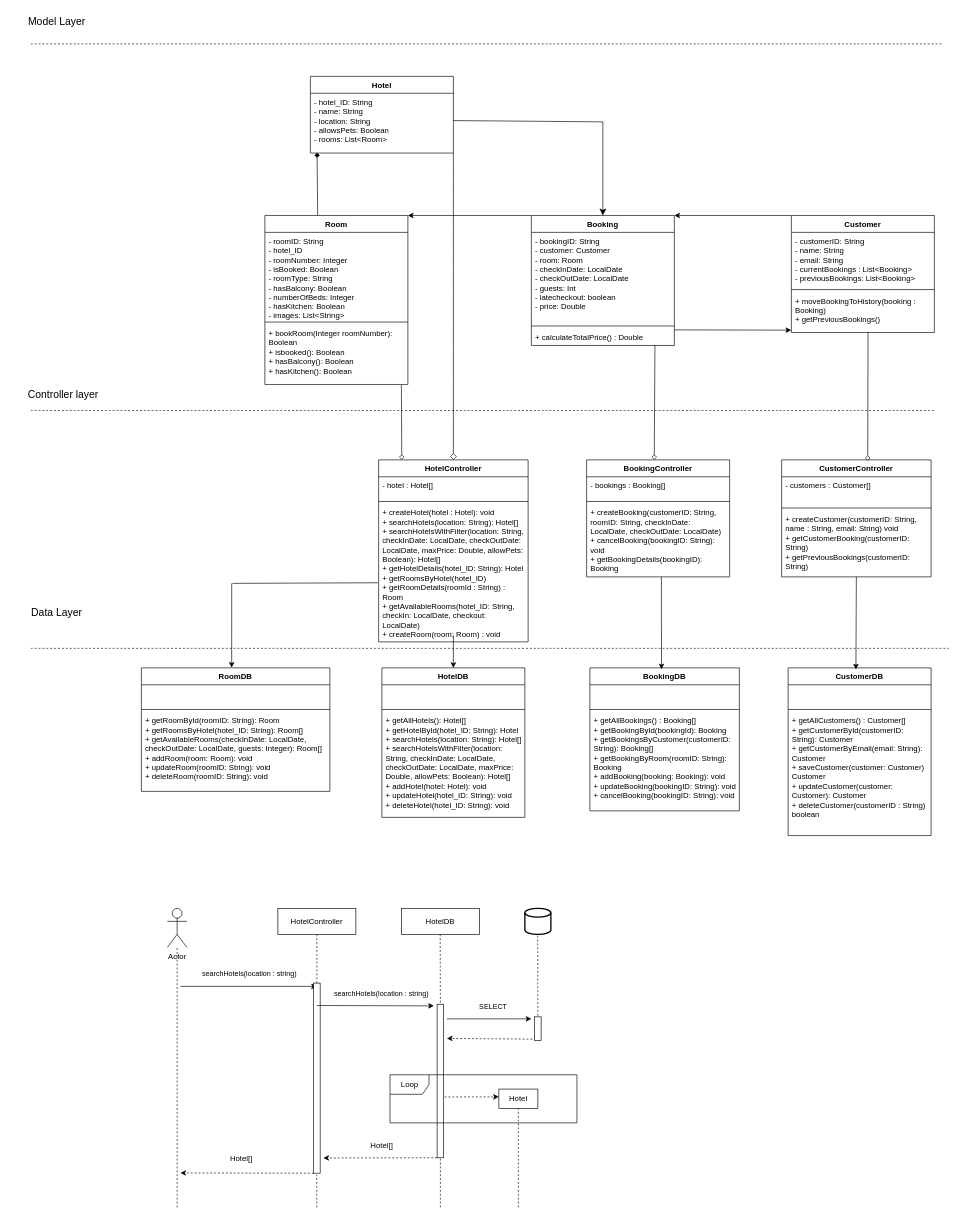
Earlier version of the draw.io diagram V3/Design Module.drawio (rthor997/HBV401G-Throun_hugbunathar). Source tidied: cells renumbered, new cells numbered last; positions are measured from the earlier drawing's top-left corner, leaving out a move shared by most shapes. Both pictures are drawn from the tidied source at 65%, with x=0, y=0 at pixel (11, 11).
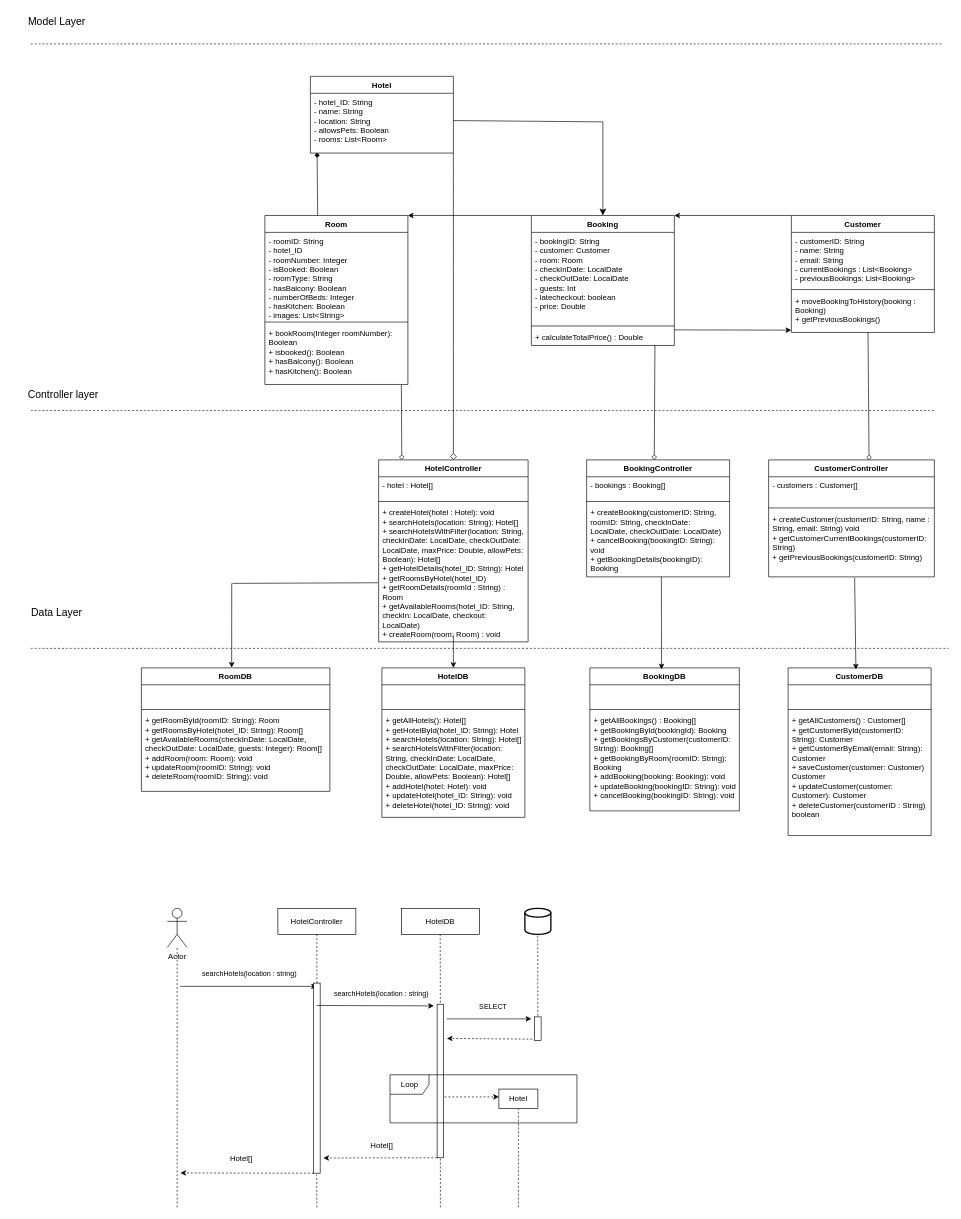
After the change.

Unchanged cells that the change refers to:
```xml
<mxCell id="5" value="&lt;div&gt;+ moveBookingToHistory(booking : Booking)&lt;/div&gt;&lt;div&gt;+ getPreviousBookings()&lt;/div&gt;" style="text;strokeColor=none;fillColor=none;align=left;verticalAlign=top;spacingLeft=4;spacingRight=4;overflow=hidden;points=[[0,0.5],[1,0.5]];portConstraint=eastwest;whiteSpace=wrap;html=1;" parent="2" vertex="1">
  <mxGeometry y="118" width="220" height="62" as="geometry" />
</mxCell>
<mxCell id="49" value="CustomerDB" style="swimlane;fontStyle=1;align=center;verticalAlign=top;horizontal=1;startSize=26;whiteSpace=wrap;html=1;" parent="1" vertex="1">
  <mxGeometry x="1195" y="1010" width="220" height="258" as="geometry" />
</mxCell>
```

The edit, as a diff of the source:
```diff
@@
     <mxCell id="30" value="CustomerController" style="swimlane;fontStyle=1;align=center;verticalAlign=top;horizontal=1;startSize=26;whiteSpace=wrap;html=1;" parent="1" vertex="1">
-      <mxGeometry x="1185" y="690" width="230" height="180" as="geometry" />
+      <mxGeometry x="1165" y="690" width="255" height="180" as="geometry" />
     </mxCell>
     <mxCell id="31" value="- customers : Customer[]&amp;nbsp;&amp;nbsp;" style="text;strokeColor=none;fillColor=none;align=left;verticalAlign=top;spacingLeft=4;spacingRight=4;overflow=hidden;whiteSpace=wrap;html=1;" parent="30" vertex="1">
-      <mxGeometry y="26" width="230" height="44" as="geometry" />
+      <mxGeometry y="26" width="255" height="44" as="geometry" />
     </mxCell>
     <mxCell id="32" style="line;strokeWidth=1;fillColor=none;align=left;verticalAlign=middle;spacingTop=-1;spacingLeft=3;spacingRight=3;labelPosition=right;strokeColor=inherit;" parent="30" vertex="1">
-      <mxGeometry y="70" width="230" height="8" as="geometry" />
+      <mxGeometry y="70" width="255" height="8" as="geometry" />
     </mxCell>
-    <mxCell id="33" value="&lt;div&gt;+ createCustomer(customerID: String, name : String, email: String) void&lt;span style=&quot;background-color: transparent; color: light-dark(rgb(0, 0, 0), rgb(255, 255, 255));&quot;&gt;&lt;/span&gt;&lt;/div&gt;&lt;div&gt;&lt;span style=&quot;background-color: transparent; color: light-dark(rgb(0, 0, 0), rgb(255, 255, 255));&quot;&gt;+ getCustomerBooking(customerID: String)&lt;/span&gt;&lt;/div&gt;&lt;div&gt;&lt;div&gt;+ getPreviousBookings(customerID: String&lt;span style=&quot;background-color: transparent; color: light-dark(rgb(0, 0, 0), rgb(255, 255, 255));&quot;&gt;)&lt;/span&gt;&lt;/div&gt;&lt;/div&gt;&lt;div&gt;&lt;br&gt;&lt;/div&gt;" style="text;strokeColor=none;fillColor=none;align=left;verticalAlign=top;spacingLeft=4;spacingRight=4;overflow=hidden;points=[[0,0.5],[1,0.5]];portConstraint=eastwest;whiteSpace=wrap;html=1;" parent="30" vertex="1">
-      <mxGeometry y="78" width="230" height="102" as="geometry" />
+    <mxCell id="33" value="&lt;div&gt;+ createCustomer(customerID: String, name : String, email: String) void&lt;span style=&quot;background-color: transparent; color: light-dark(rgb(0, 0, 0), rgb(255, 255, 255));&quot;&gt;&lt;/span&gt;&lt;/div&gt;&lt;div&gt;&lt;span style=&quot;background-color: transparent; color: light-dark(rgb(0, 0, 0), rgb(255, 255, 255));&quot;&gt;+ getCustomerCurrentBookings(customerID: String)&lt;/span&gt;&lt;/div&gt;&lt;div&gt;&lt;div&gt;+ getPreviousBookings(customerID: String&lt;span style=&quot;background-color: transparent; color: light-dark(rgb(0, 0, 0), rgb(255, 255, 255));&quot;&gt;)&lt;/span&gt;&lt;/div&gt;&lt;/div&gt;&lt;div&gt;&lt;br&gt;&lt;/div&gt;" style="text;strokeColor=none;fillColor=none;align=left;verticalAlign=top;spacingLeft=4;spacingRight=4;overflow=hidden;points=[[0,0.5],[1,0.5]];portConstraint=eastwest;whiteSpace=wrap;html=1;" parent="30" vertex="1">
+      <mxGeometry y="78" width="255" height="102" as="geometry" />
     </mxCell>
@@
-    <mxCell id="44" style="endArrow=diamond;html=1;rounded=0;entryX=0.576;entryY=0.008;entryDx=0;entryDy=0;entryPerimeter=0;exitX=0.536;exitY=0.989;exitDx=0;exitDy=0;exitPerimeter=0;endFill=0;" parent="1" edge="1" source="5" target="30">
+    <mxCell id="44" style="endArrow=diamond;html=1;rounded=0;entryX=0.606;entryY=0.002;entryDx=0;entryDy=0;entryPerimeter=0;exitX=0.536;exitY=0.989;exitDx=0;exitDy=0;exitPerimeter=0;endFill=0;" parent="1" edge="1" source="5" target="30">
       <mxGeometry relative="1" as="geometry" />
     </mxCell>
@@
-    <mxCell id="61" style="endArrow=classic;html=1;rounded=0;exitX=0.5;exitY=1;exitDx=0;exitDy=0;exitPerimeter=0;entryX=0.474;entryY=0.009;entryDx=0;entryDy=0;entryPerimeter=0;" parent="1" edge="1" source="33" target="49">
+    <mxCell id="61" style="endArrow=classic;html=1;rounded=0;exitX=0.519;exitY=1.014;exitDx=0;exitDy=0;exitPerimeter=0;entryX=0.474;entryY=0.009;entryDx=0;entryDy=0;entryPerimeter=0;" parent="1" edge="1" source="33" target="49">
       <mxGeometry relative="1" as="geometry" />
     </mxCell>
```
